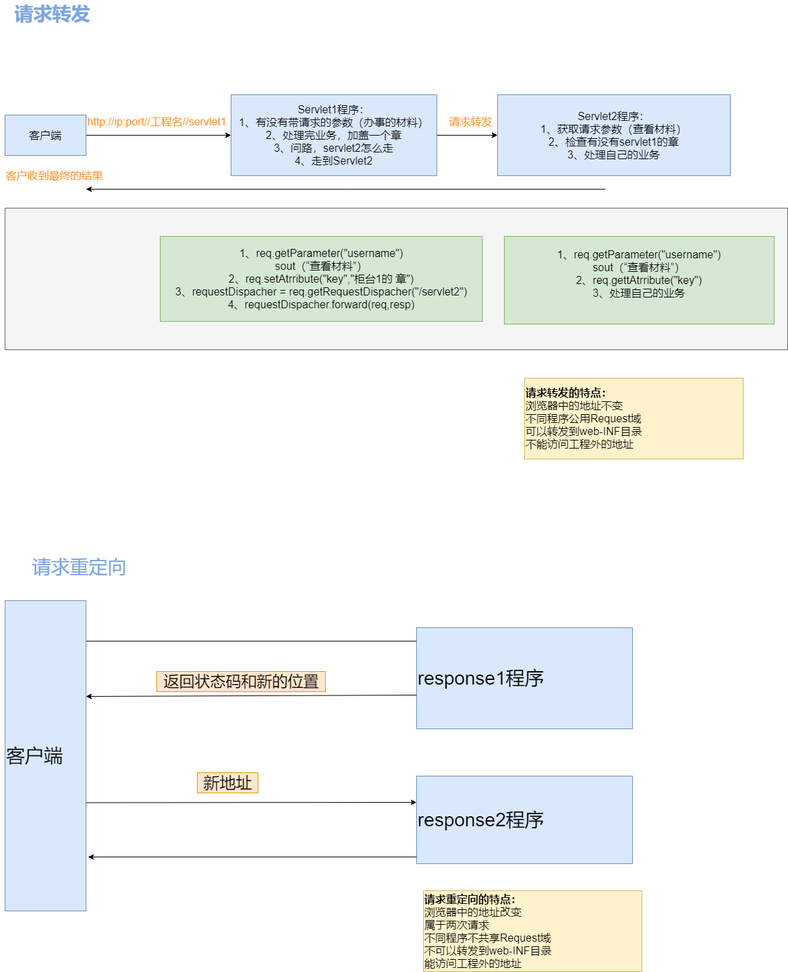
The draw.io diagram web-Page-2.png in kusuzi/LearnJava, before a commit. Source tidied: cells renumbered, new cells last; positions are measured from the earlier drawing's top-left corner, leaving out a move shared by most shapes.
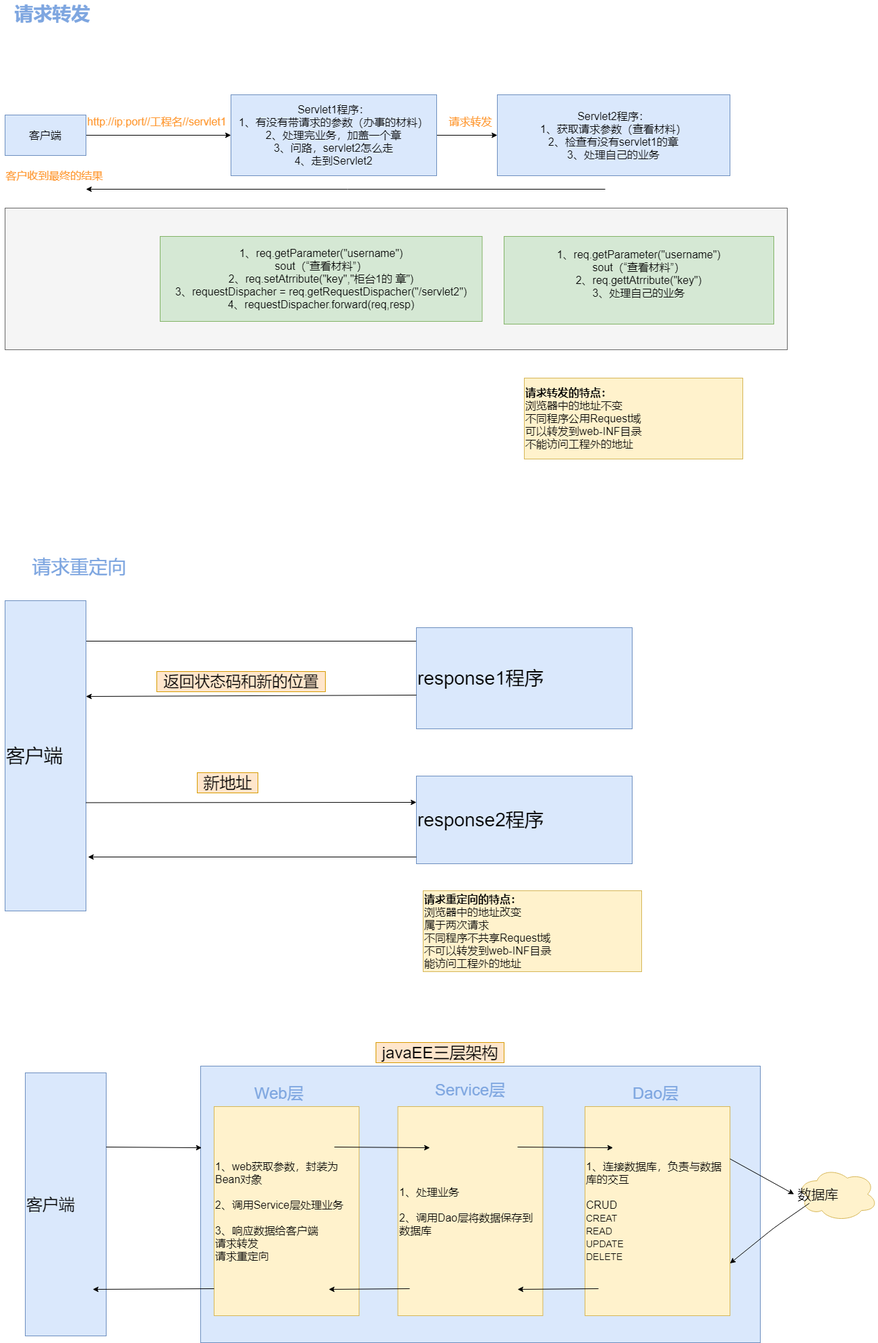
After the commit.

Diff of the diagram source:
```diff
@@ -92,5 +92,83 @@
     <mxCell id="26" value="新地址" style="text;html=1;align=center;verticalAlign=middle;strokeColor=#d79b00;fontSize=24;fillColor=#ffe6cc;" parent="1" vertex="1">
       <mxGeometry x="292" y="1145" width="90" height="30" as="geometry" />
     </mxCell>
+    <mxCell id="27" value="客户端" style="rounded=0;whiteSpace=wrap;html=1;fontSize=24;align=left;fillColor=#dae8fc;strokeColor=#6c8ebf;" parent="1" vertex="1">
+      <mxGeometry x="37" y="1590" width="120" height="390" as="geometry" />
+    </mxCell>
+    <mxCell id="28" style="rounded=0;whiteSpace=wrap;html=1;fontSize=24;align=left;fillColor=#dae8fc;strokeColor=#6c8ebf;" parent="1" vertex="1">
+      <mxGeometry x="297" y="1580" width="830" height="410" as="geometry" />
+    </mxCell>
+    <mxCell id="29" value="javaEE三层架构" style="text;html=1;align=center;verticalAlign=middle;strokeColor=#d79b00;fontSize=24;fillColor=#ffe6cc;" parent="1" vertex="1">
+      <mxGeometry x="557" y="1545" width="190" height="30" as="geometry" />
+    </mxCell>
+    <mxCell id="30" value="1、web获取参数，封装为Bean对象&lt;br&gt;&lt;br style=&quot;font-size: 16px&quot;&gt;2、调用Service层处理业务&lt;br style=&quot;font-size: 16px&quot;&gt;&lt;br&gt;3、响应数据给客户端&lt;br style=&quot;font-size: 16px&quot;&gt;请求转发&lt;br style=&quot;font-size: 16px&quot;&gt;请求重定向" style="rounded=0;whiteSpace=wrap;html=1;fontSize=16;align=left;fillColor=#fff2cc;strokeColor=#d6b656;" parent="1" vertex="1">
+      <mxGeometry x="317" y="1640" width="215" height="310" as="geometry" />
+    </mxCell>
+    <mxCell id="31" value="Web层" style="text;html=1;align=center;verticalAlign=middle;fillColor=none;strokeColor=none;rounded=0;fontSize=24;fontColor=#7EA6E0;" parent="1" vertex="1">
+      <mxGeometry x="368" y="1605" width="90" height="30" as="geometry" />
+    </mxCell>
+    <mxCell id="32" value="Service层" style="text;html=1;strokeColor=none;fillColor=none;align=center;verticalAlign=middle;whiteSpace=wrap;rounded=0;fontSize=24;fontColor=#7EA6E0;" parent="1" vertex="1">
+      <mxGeometry x="637" y="1605" width="120" height="20" as="geometry" />
+    </mxCell>
+    <mxCell id="33" value="Dao层" style="text;html=1;strokeColor=none;fillColor=none;align=center;verticalAlign=middle;whiteSpace=wrap;rounded=0;fontSize=24;fontColor=#7EA6E0;" parent="1" vertex="1">
+      <mxGeometry x="927" y="1610" width="90" height="20" as="geometry" />
+    </mxCell>
+    <mxCell id="34" value="1、处理业务&lt;br&gt;&lt;br style=&quot;font-size: 16px&quot;&gt;2、调用Dao层将数据保存到数据库" style="rounded=0;whiteSpace=wrap;html=1;fontSize=16;align=left;fillColor=#fff2cc;strokeColor=#d6b656;" parent="1" vertex="1">
+      <mxGeometry x="589.5" y="1640" width="215" height="310" as="geometry" />
+    </mxCell>
+    <mxCell id="35" value="1、连接数据库，负责与数据库的交互&lt;br&gt;&lt;br&gt;CRUD&lt;br&gt;&lt;font style=&quot;font-size: 14px&quot;&gt;CREAT&lt;br&gt;READ&lt;br&gt;UPDATE&lt;br&gt;DELETE&lt;/font&gt;" style="rounded=0;whiteSpace=wrap;html=1;fontSize=16;align=left;fillColor=#fff2cc;strokeColor=#d6b656;" parent="1" vertex="1">
+      <mxGeometry x="867" y="1640" width="215" height="310" as="geometry" />
+    </mxCell>
+    <mxCell id="36" value="数据库" style="ellipse;shape=cloud;whiteSpace=wrap;html=1;fontSize=20;align=left;fillColor=#fff2cc;strokeColor=#d6b656;" parent="1" vertex="1">
+      <mxGeometry x="1181" y="1730" width="120" height="80" as="geometry" />
+    </mxCell>
+    <mxCell id="37" style="endArrow=classic;html=1;fontSize=20;entryX=0.002;entryY=0.344;entryDx=0;entryDy=0;entryPerimeter=0;fontColor=#FF6666;" parent="1" edge="1">
+      <mxGeometry relative="1" as="geometry">
+        <mxPoint x="767" y="1700" as="sourcePoint" />
+        <mxPoint x="908.7" y="1701" as="targetPoint" />
+      </mxGeometry>
+    </mxCell>
+    <mxCell id="38" style="endArrow=classic;html=1;fontSize=20;entryX=0.002;entryY=0.344;entryDx=0;entryDy=0;entryPerimeter=0;fontColor=#FF6666;" parent="1" edge="1">
+      <mxGeometry relative="1" as="geometry">
+        <mxPoint x="495.3" y="1700" as="sourcePoint" />
+        <mxPoint x="637" y="1701" as="targetPoint" />
+      </mxGeometry>
+    </mxCell>
+    <mxCell id="39" style="endArrow=classic;html=1;fontSize=20;entryX=0.002;entryY=0.344;entryDx=0;entryDy=0;entryPerimeter=0;fontColor=#FF6666;" parent="1" edge="1">
+      <mxGeometry relative="1" as="geometry">
+        <mxPoint x="157" y="1700" as="sourcePoint" />
+        <mxPoint x="298.7" y="1701" as="targetPoint" />
+      </mxGeometry>
+    </mxCell>
+    <mxCell id="40" style="endArrow=classic;html=1;fontSize=20;fontColor=#FF6666;" parent="1" edge="1">
+      <mxGeometry relative="1" as="geometry">
+        <mxPoint x="887" y="1910" as="sourcePoint" />
+        <mxPoint x="767" y="1911" as="targetPoint" />
+      </mxGeometry>
+    </mxCell>
+    <mxCell id="41" style="endArrow=classic;html=1;fontSize=20;fontColor=#FF6666;" parent="1" edge="1">
+      <mxGeometry relative="1" as="geometry">
+        <mxPoint x="317" y="1910" as="sourcePoint" />
+        <mxPoint x="137" y="1911" as="targetPoint" />
+      </mxGeometry>
+    </mxCell>
+    <mxCell id="42" style="endArrow=classic;html=1;fontSize=20;fontColor=#FF6666;" parent="1" edge="1">
+      <mxGeometry relative="1" as="geometry">
+        <mxPoint x="607" y="1910" as="sourcePoint" />
+        <mxPoint x="487" y="1911" as="targetPoint" />
+      </mxGeometry>
+    </mxCell>
+    <mxCell id="43" style="endArrow=classic;html=1;fontSize=20;fontColor=#FF6666;exitX=1;exitY=0.25;exitDx=0;exitDy=0;" parent="1" edge="1" source="35">
+      <mxGeometry relative="1" as="geometry">
+        <mxPoint x="1177" y="1770" as="targetPoint" />
+      </mxGeometry>
+    </mxCell>
+    <mxCell id="44" style="endArrow=classic;html=1;fontSize=20;fontColor=#FF6666;exitX=0.156;exitY=0.666;exitDx=0;exitDy=0;entryX=1;entryY=0.75;entryDx=0;entryDy=0;exitPerimeter=0;" parent="1" edge="1" source="36" target="35">
+      <mxGeometry relative="1" as="geometry">
+        <Array as="points">
+          <mxPoint x="1147" y="1820" />
+        </Array>
+      </mxGeometry>
+    </mxCell>
   </root>
 </mxGraphModel>
```
